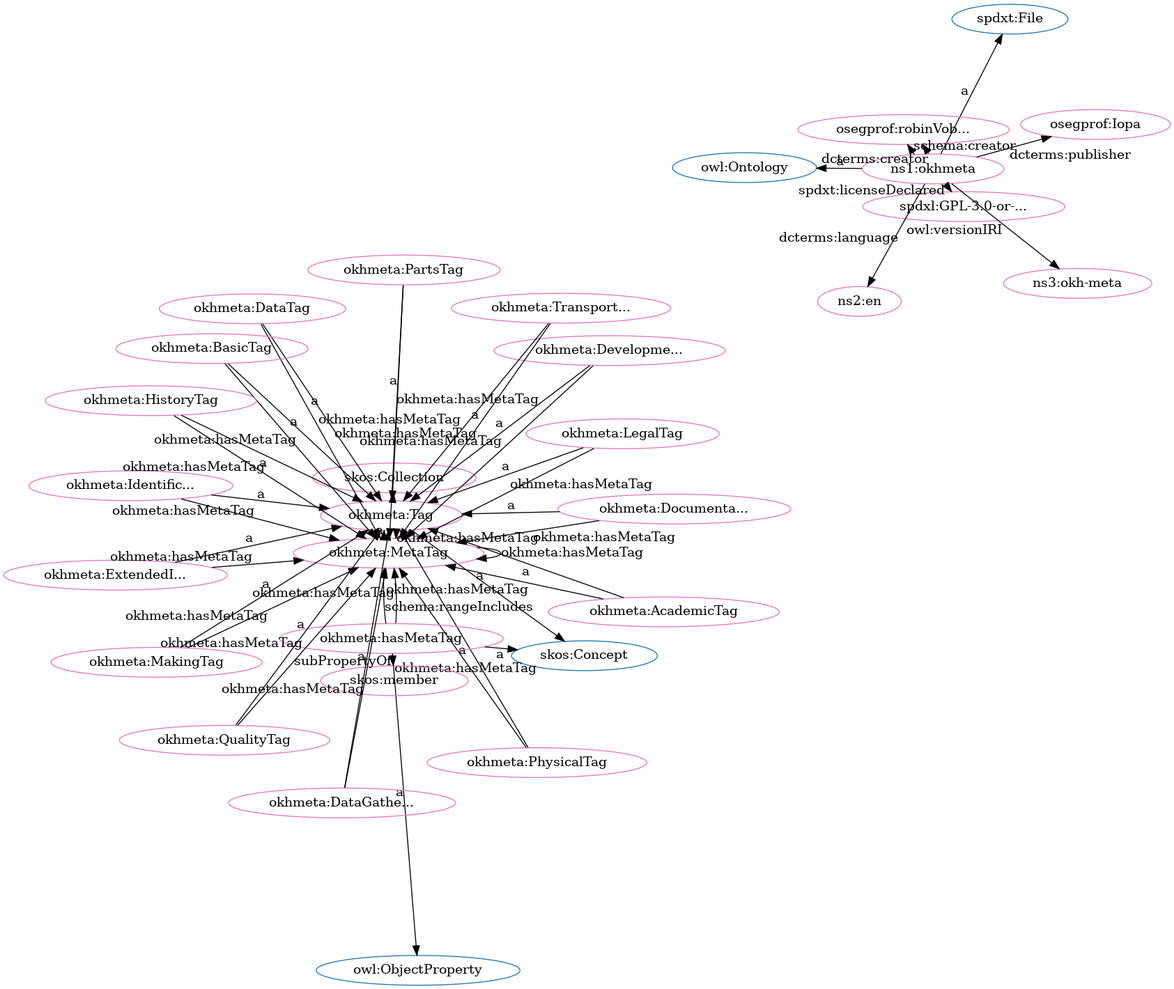
Before: src/spec/fdp_okh-meta.png, a diagram exported from Graphviz (iop-alliance/OpenKnowHow). Its source is kept beside it as src/spec/fdp_okh-meta.dot.
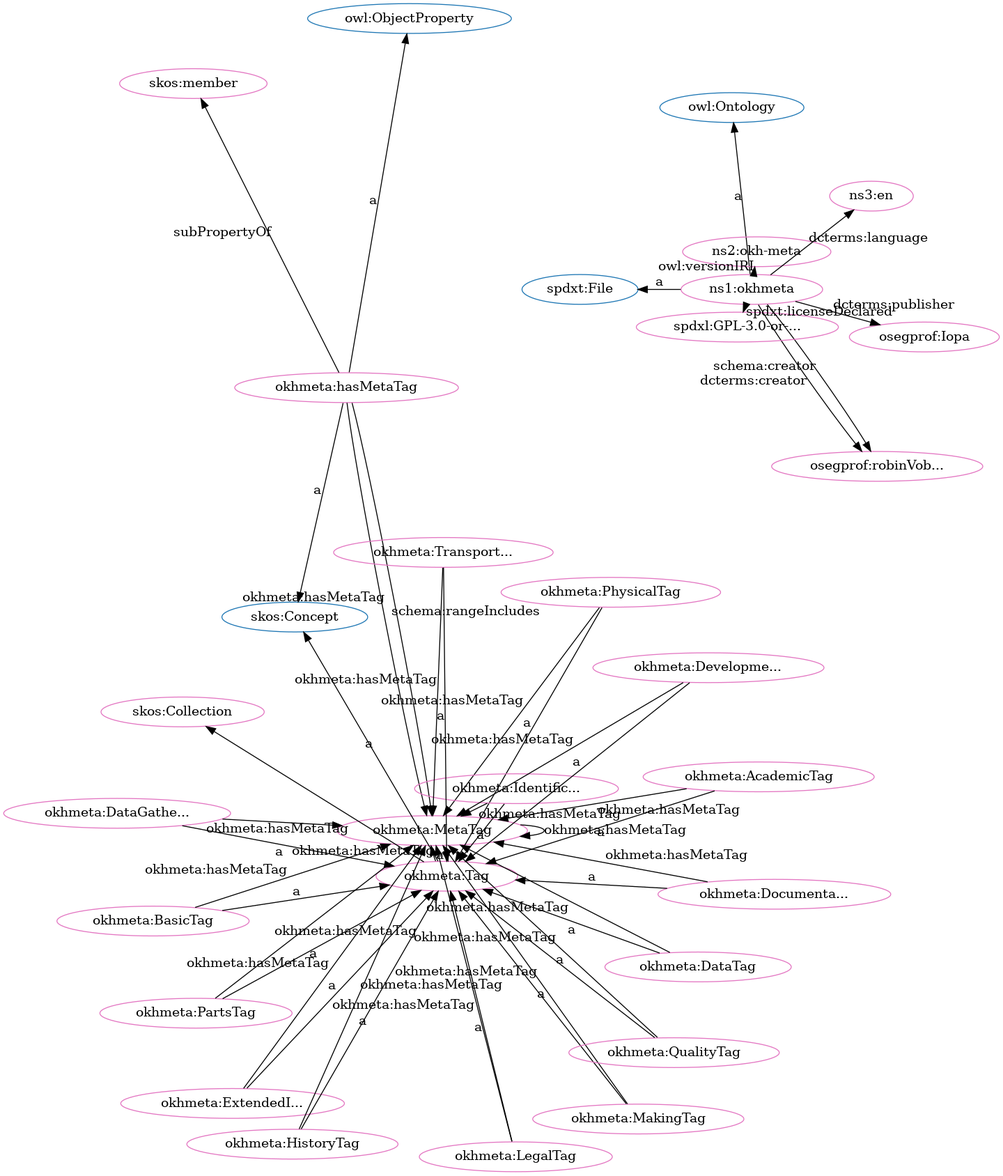
The same file after the commit.

What changed in the source:
```diff
@@ -1,85 +1,85 @@
 digraph G {
   rankdir=BT
   node[height=.3]
+"http://spdx.org/rdf/terms#File" [fillcolor="#1f77b4" color="#1f77b4" label="spdxt:File"]
+"http://www.w3.org/2002/07/owl#Ontology" [fillcolor="#1f77b4" color="#1f77b4" label="owl:Ontology"]
+"https://w3id.org/oseg/ont/okhmeta#MetaTag" [fillcolor="#1f77b4" color="#1f77b4" label="okhmeta:MetaTag"]
 "http://www.w3.org/2004/02/skos/core#Concept" [fillcolor="#1f77b4" color="#1f77b4" label="skos:Concept"]
 "http://www.w3.org/2002/07/owl#ObjectProperty" [fillcolor="#1f77b4" color="#1f77b4" label="owl:ObjectProperty"]
-"http://www.w3.org/2002/07/owl#Ontology" [fillcolor="#1f77b4" color="#1f77b4" label="owl:Ontology"]
-"http://spdx.org/rdf/terms#File" [fillcolor="#1f77b4" color="#1f77b4" label="spdxt:File"]
+"http://www.w3.org/2004/02/skos/core#Collection" [fillcolor="#1f77b4" color="#1f77b4" label="skos:Collection"]
 "https://w3id.org/oseg/ont/okhmeta#Tag" [fillcolor="#1f77b4" color="#1f77b4" label="okhmeta:Tag"]
-"https://w3id.org/oseg/ont/okhmeta#MetaTag" [fillcolor="#1f77b4" color="#1f77b4" label="okhmeta:MetaTag"]
-"http://www.w3.org/2004/02/skos/core#Collection" [fillcolor="#1f77b4" color="#1f77b4" label="skos:Collection"]
+"https://w3id.org/oseg/ont/okhmeta#MetaTag" [fillcolor="#e377c2" color="#e377c2" label="okhmeta:MetaTag"]
+"https://w3id.org/oseg/ont/okhmeta#hasMetaTag" [fillcolor="#e377c2" color="#e377c2" label="okhmeta:hasMetaTag"]
+"https://w3id.org/oseg/ont/okhmeta#ExtendedInfoTag" [fillcolor="#e377c2" color="#e377c2" label="okhmeta:ExtendedI..."]
+"https://w3id.org/oseg/ont/okhmeta" [fillcolor="#e377c2" color="#e377c2" label="ns1:okhmeta"]
+"https://w3id.org/oseg/ont/okhmeta#PhysicalTag" [fillcolor="#e377c2" color="#e377c2" label="okhmeta:PhysicalTag"]
+"https://w3id.org/oseg/ont/1.1.0/okh-meta" [fillcolor="#e377c2" color="#e377c2" label="ns2:okh-meta"]
+"https://w3id.org/oseg/ont/oseg-profiles#robinVobruba" [fillcolor="#e377c2" color="#e377c2" label="osegprof:robinVob..."]
+"http://id.loc.gov/vocabulary/iso639-1/en" [fillcolor="#e377c2" color="#e377c2" label="ns3:en"]
+"https://w3id.org/oseg/ont/okhmeta#DocumentationTag" [fillcolor="#e377c2" color="#e377c2" label="okhmeta:Documenta..."]
+"https://w3id.org/oseg/ont/okhmeta#DataTag" [fillcolor="#e377c2" color="#e377c2" label="okhmeta:DataTag"]
+"https://w3id.org/oseg/ont/okhmeta#LegalTag" [fillcolor="#e377c2" color="#e377c2" label="okhmeta:LegalTag"]
+"https://w3id.org/oseg/ont/okhmeta#HistoryTag" [fillcolor="#e377c2" color="#e377c2" label="okhmeta:HistoryTag"]
+"https://w3id.org/oseg/ont/okhmeta#MakingTag" [fillcolor="#e377c2" color="#e377c2" label="okhmeta:MakingTag"]
+"https://w3id.org/oseg/ont/okhmeta#IdentificationTag" [fillcolor="#e377c2" color="#e377c2" label="okhmeta:Identific..."]
+"https://spdx.org/licenses/GPL-3.0-or-later" [fillcolor="#e377c2" color="#e377c2" label="spdxl:GPL-3.0-or-..."]
+"https://w3id.org/oseg/ont/okhmeta#TransportationTag" [fillcolor="#e377c2" color="#e377c2" label="okhmeta:Transport..."]
+"https://w3id.org/oseg/ont/okhmeta#DevelopmentTag" [fillcolor="#e377c2" color="#e377c2" label="okhmeta:Developme..."]
+"https://w3id.org/oseg/ont/okhmeta#QualityTag" [fillcolor="#e377c2" color="#e377c2" label="okhmeta:QualityTag"]
 "https://w3id.org/oseg/ont/okhmeta#PartsTag" [fillcolor="#e377c2" color="#e377c2" label="okhmeta:PartsTag"]
+"https://w3id.org/oseg/ont/okhmeta#Tag" [fillcolor="#e377c2" color="#e377c2" label="okhmeta:Tag"]
+"http://www.w3.org/2004/02/skos/core#member" [fillcolor="#e377c2" color="#e377c2" label="skos:member"]
+"http://www.w3.org/2004/02/skos/core#Collection" [fillcolor="#e377c2" color="#e377c2" label="skos:Collection"]
 "https://w3id.org/oseg/ont/okhmeta#AcademicTag" [fillcolor="#e377c2" color="#e377c2" label="okhmeta:AcademicTag"]
-"https://w3id.org/oseg/ont/okhmeta#MetaTag" [fillcolor="#e377c2" color="#e377c2" label="okhmeta:MetaTag"]
-"https://w3id.org/oseg/ont/okhmeta#DevelopmentTag" [fillcolor="#e377c2" color="#e377c2" label="okhmeta:Developme..."]
-"https://w3id.org/oseg/ont/okhmeta#PhysicalTag" [fillcolor="#e377c2" color="#e377c2" label="okhmeta:PhysicalTag"]
-"https://spdx.org/licenses/GPL-3.0-or-later" [fillcolor="#e377c2" color="#e377c2" label="spdxl:GPL-3.0-or-..."]
 "https://w3id.org/oseg/ont/oseg-profiles#Iopa" [fillcolor="#e377c2" color="#e377c2" label="osegprof:Iopa"]
-"https://w3id.org/oseg/ont/okhmeta#hasMetaTag" [fillcolor="#e377c2" color="#e377c2" label="okhmeta:hasMetaTag"]
-"https://w3id.org/oseg/ont/okhmeta" [fillcolor="#e377c2" color="#e377c2" label="ns1:okhmeta"]
-"https://w3id.org/oseg/ont/okhmeta#Tag" [fillcolor="#e377c2" color="#e377c2" label="okhmeta:Tag"]
-"https://w3id.org/oseg/ont/okhmeta#MakingTag" [fillcolor="#e377c2" color="#e377c2" label="okhmeta:MakingTag"]
-"https://w3id.org/oseg/ont/okhmeta#DataTag" [fillcolor="#e377c2" color="#e377c2" label="okhmeta:DataTag"]
+"https://w3id.org/oseg/ont/okhmeta#BasicTag" [fillcolor="#e377c2" color="#e377c2" label="okhmeta:BasicTag"]
 "https://w3id.org/oseg/ont/okhmeta#DataGatheringTag" [fillcolor="#e377c2" color="#e377c2" label="okhmeta:DataGathe..."]
-"https://w3id.org/oseg/ont/oseg-profiles#robinVobruba" [fillcolor="#e377c2" color="#e377c2" label="osegprof:robinVob..."]
-"https://w3id.org/oseg/ont/okhmeta#ExtendedInfoTag" [fillcolor="#e377c2" color="#e377c2" label="okhmeta:ExtendedI..."]
-"https://w3id.org/oseg/ont/okhmeta#IdentificationTag" [fillcolor="#e377c2" color="#e377c2" label="okhmeta:Identific..."]
-"https://w3id.org/oseg/ont/okhmeta#DocumentationTag" [fillcolor="#e377c2" color="#e377c2" label="okhmeta:Documenta..."]
-"http://www.w3.org/2004/02/skos/core#member" [fillcolor="#e377c2" color="#e377c2" label="skos:member"]
-"https://w3id.org/oseg/ont/okhmeta#BasicTag" [fillcolor="#e377c2" color="#e377c2" label="okhmeta:BasicTag"]
-"https://w3id.org/oseg/ont/okhmeta#QualityTag" [fillcolor="#e377c2" color="#e377c2" label="okhmeta:QualityTag"]
-"https://w3id.org/oseg/ont/okhmeta#TransportationTag" [fillcolor="#e377c2" color="#e377c2" label="okhmeta:Transport..."]
-"https://w3id.org/oseg/ont/okhmeta#HistoryTag" [fillcolor="#e377c2" color="#e377c2" label="okhmeta:HistoryTag"]
-"https://w3id.org/oseg/ont/okhmeta#LegalTag" [fillcolor="#e377c2" color="#e377c2" label="okhmeta:LegalTag"]
-"http://id.loc.gov/vocabulary/iso639-1/en" [fillcolor="#e377c2" color="#e377c2" label="ns2:en"]
-"http://www.w3.org/2004/02/skos/core#Collection" [fillcolor="#e377c2" color="#e377c2" label="skos:Collection"]
-"https://w3id.org/oseg/ont/1.1.0/okh-meta" [fillcolor="#e377c2" color="#e377c2" label="ns3:okh-meta"]
+  "https://w3id.org/oseg/ont/okhmeta#hasMetaTag" -> "http://www.w3.org/2004/02/skos/core#Concept" [label="a"]
+  "https://w3id.org/oseg/ont/okhmeta" -> "http://spdx.org/rdf/terms#File" [label="a"]
+  "https://w3id.org/oseg/ont/okhmeta#ExtendedInfoTag" -> "https://w3id.org/oseg/ont/okhmeta#MetaTag" [label="okhmeta:hasMetaTag"]
+  "https://w3id.org/oseg/ont/okhmeta#HistoryTag" -> "https://w3id.org/oseg/ont/okhmeta#MetaTag" [label="okhmeta:hasMetaTag"]
+  "https://w3id.org/oseg/ont/okhmeta" -> "http://id.loc.gov/vocabulary/iso639-1/en" [label="dcterms:language"]
+  "https://w3id.org/oseg/ont/okhmeta#DocumentationTag" -> "https://w3id.org/oseg/ont/okhmeta#Tag" [label="a"]
+  "https://w3id.org/oseg/ont/okhmeta#DataTag" -> "https://w3id.org/oseg/ont/okhmeta#Tag" [label="a"]
+  "https://w3id.org/oseg/ont/okhmeta#AcademicTag" -> "https://w3id.org/oseg/ont/okhmeta#MetaTag" [label="okhmeta:hasMetaTag"]
+  "https://w3id.org/oseg/ont/okhmeta#BasicTag" -> "https://w3id.org/oseg/ont/okhmeta#MetaTag" [label="okhmeta:hasMetaTag"]
+  "https://w3id.org/oseg/ont/okhmeta" -> "http://www.w3.org/2002/07/owl#Ontology" [label="a"]
+  "https://w3id.org/oseg/ont/okhmeta" -> "https://w3id.org/oseg/ont/oseg-profiles#robinVobruba" [label="schema:creator"]
+  "https://w3id.org/oseg/ont/okhmeta#HistoryTag" -> "https://w3id.org/oseg/ont/okhmeta#Tag" [label="a"]
+  "https://w3id.org/oseg/ont/okhmeta#MakingTag" -> "https://w3id.org/oseg/ont/okhmeta#Tag" [label="a"]
+  "https://w3id.org/oseg/ont/okhmeta#DevelopmentTag" -> "https://w3id.org/oseg/ont/okhmeta#Tag" [label="a"]
+  "https://w3id.org/oseg/ont/okhmeta#MakingTag" -> "https://w3id.org/oseg/ont/okhmeta#MetaTag" [label="okhmeta:hasMetaTag"]
+  "https://w3id.org/oseg/ont/okhmeta#PartsTag" -> "https://w3id.org/oseg/ont/okhmeta#Tag" [label="a"]
+  "https://w3id.org/oseg/ont/okhmeta#hasMetaTag" -> "https://w3id.org/oseg/ont/okhmeta#MetaTag" [label="schema:rangeIncludes"]
+  "https://w3id.org/oseg/ont/okhmeta#hasMetaTag" -> "http://www.w3.org/2004/02/skos/core#member" [label="subPropertyOf"]
+  "https://w3id.org/oseg/ont/okhmeta#Tag" -> "http://www.w3.org/2004/02/skos/core#Collection" [label=""]
+  "https://w3id.org/oseg/ont/okhmeta#DevelopmentTag" -> "https://w3id.org/oseg/ont/okhmeta#MetaTag" [label="okhmeta:hasMetaTag"]
+  "https://w3id.org/oseg/ont/okhmeta#PartsTag" -> "https://w3id.org/oseg/ont/okhmeta#MetaTag" [label="okhmeta:hasMetaTag"]
+  "https://w3id.org/oseg/ont/okhmeta" -> "https://w3id.org/oseg/ont/oseg-profiles#Iopa" [label="dcterms:publisher"]
+  "https://w3id.org/oseg/ont/okhmeta#BasicTag" -> "https://w3id.org/oseg/ont/okhmeta#Tag" [label="a"]
+  "https://w3id.org/oseg/ont/okhmeta#DataGatheringTag" -> "https://w3id.org/oseg/ont/okhmeta#Tag" [label="a"]
+  "https://w3id.org/oseg/ont/okhmeta#LegalTag" -> "https://w3id.org/oseg/ont/okhmeta#MetaTag" [label="okhmeta:hasMetaTag"]
+  "https://w3id.org/oseg/ont/okhmeta#DataGatheringTag" -> "https://w3id.org/oseg/ont/okhmeta#MetaTag" [label="okhmeta:hasMetaTag"]
+  "https://w3id.org/oseg/ont/okhmeta#ExtendedInfoTag" -> "https://w3id.org/oseg/ont/okhmeta#Tag" [label="a"]
+  "https://w3id.org/oseg/ont/okhmeta#hasMetaTag" -> "https://w3id.org/oseg/ont/okhmeta#MetaTag" [label="okhmeta:hasMetaTag"]
+  "https://w3id.org/oseg/ont/okhmeta#PhysicalTag" -> "https://w3id.org/oseg/ont/okhmeta#Tag" [label="a"]
+  "https://w3id.org/oseg/ont/okhmeta" -> "https://w3id.org/oseg/ont/1.1.0/okh-meta" [label="owl:versionIRI"]
+  "https://w3id.org/oseg/ont/okhmeta" -> "https://w3id.org/oseg/ont/oseg-profiles#robinVobruba" [label="dcterms:creator"]
+  "https://w3id.org/oseg/ont/okhmeta#PhysicalTag" -> "https://w3id.org/oseg/ont/okhmeta#MetaTag" [label="okhmeta:hasMetaTag"]
+  "https://w3id.org/oseg/ont/okhmeta#QualityTag" -> "https://w3id.org/oseg/ont/okhmeta#MetaTag" [label="okhmeta:hasMetaTag"]
+  "https://w3id.org/oseg/ont/okhmeta#MetaTag" -> "https://w3id.org/oseg/ont/okhmeta#Tag" [label="a"]
+  "https://w3id.org/oseg/ont/okhmeta#LegalTag" -> "https://w3id.org/oseg/ont/okhmeta#Tag" [label="a"]
+  "https://w3id.org/oseg/ont/okhmeta#Tag" -> "https://w3id.org/oseg/ont/okhmeta#MetaTag" [label="okhmeta:hasMetaTag"]
+  "https://w3id.org/oseg/ont/okhmeta#IdentificationTag" -> "https://w3id.org/oseg/ont/okhmeta#MetaTag" [label="okhmeta:hasMetaTag"]
+  "https://w3id.org/oseg/ont/okhmeta#IdentificationTag" -> "https://w3id.org/oseg/ont/okhmeta#Tag" [label="a"]
+  "https://w3id.org/oseg/ont/okhmeta" -> "https://spdx.org/licenses/GPL-3.0-or-later" [label="spdxt:licenseDeclared"]
+  "https://w3id.org/oseg/ont/okhmeta#DocumentationTag" -> "https://w3id.org/oseg/ont/okhmeta#MetaTag" [label="okhmeta:hasMetaTag"]
+  "https://w3id.org/oseg/ont/okhmeta#TransportationTag" -> "https://w3id.org/oseg/ont/okhmeta#Tag" [label="a"]
+  "https://w3id.org/oseg/ont/okhmeta#QualityTag" -> "https://w3id.org/oseg/ont/okhmeta#Tag" [label="a"]
+  "https://w3id.org/oseg/ont/okhmeta#Tag" -> "http://www.w3.org/2004/02/skos/core#Concept" [label="a"]
+  "https://w3id.org/oseg/ont/okhmeta#TransportationTag" -> "https://w3id.org/oseg/ont/okhmeta#MetaTag" [label="okhmeta:hasMetaTag"]
+  "https://w3id.org/oseg/ont/okhmeta#DataTag" -> "https://w3id.org/oseg/ont/okhmeta#MetaTag" [label="okhmeta:hasMetaTag"]
   "https://w3id.org/oseg/ont/okhmeta#AcademicTag" -> "https://w3id.org/oseg/ont/okhmeta#Tag" [label="a"]
-  "https://w3id.org/oseg/ont/okhmeta#LegalTag" -> "https://w3id.org/oseg/ont/okhmeta#MetaTag" [label="okhmeta:hasMetaTag"]
-  "https://w3id.org/oseg/ont/okhmeta#DevelopmentTag" -> "https://w3id.org/oseg/ont/okhmeta#Tag" [label="a"]
-  "https://w3id.org/oseg/ont/okhmeta#MetaTag" -> "https://w3id.org/oseg/ont/okhmeta#Tag" [label="a"]
-  "https://w3id.org/oseg/ont/okhmeta#PhysicalTag" -> "https://w3id.org/oseg/ont/okhmeta#Tag" [label="a"]
+  "https://w3id.org/oseg/ont/okhmeta#MetaTag" -> "https://w3id.org/oseg/ont/okhmeta#MetaTag" [label="okhmeta:hasMetaTag"]
   "https://w3id.org/oseg/ont/okhmeta#hasMetaTag" -> "http://www.w3.org/2002/07/owl#ObjectProperty" [label="a"]
-  "https://w3id.org/oseg/ont/okhmeta#hasMetaTag" -> "http://www.w3.org/2004/02/skos/core#Concept" [label="a"]
-  "https://w3id.org/oseg/ont/okhmeta#MetaTag" -> "https://w3id.org/oseg/ont/okhmeta#MetaTag" [label="okhmeta:hasMetaTag"]
-  "https://w3id.org/oseg/ont/okhmeta" -> "http://spdx.org/rdf/terms#File" [label="a"]
-  "https://w3id.org/oseg/ont/okhmeta#DocumentationTag" -> "https://w3id.org/oseg/ont/okhmeta#MetaTag" [label="okhmeta:hasMetaTag"]
-  "https://w3id.org/oseg/ont/okhmeta#BasicTag" -> "https://w3id.org/oseg/ont/okhmeta#MetaTag" [label="okhmeta:hasMetaTag"]
-  "https://w3id.org/oseg/ont/okhmeta#TransportationTag" -> "https://w3id.org/oseg/ont/okhmeta#MetaTag" [label="okhmeta:hasMetaTag"]
-  "https://w3id.org/oseg/ont/okhmeta#MakingTag" -> "https://w3id.org/oseg/ont/okhmeta#Tag" [label="a"]
-  "https://w3id.org/oseg/ont/okhmeta" -> "https://w3id.org/oseg/ont/oseg-profiles#robinVobruba" [label="schema:creator"]
-  "https://w3id.org/oseg/ont/okhmeta#ExtendedInfoTag" -> "https://w3id.org/oseg/ont/okhmeta#Tag" [label="a"]
-  "https://w3id.org/oseg/ont/okhmeta#DataTag" -> "https://w3id.org/oseg/ont/okhmeta#MetaTag" [label="okhmeta:hasMetaTag"]
-  "https://w3id.org/oseg/ont/okhmeta#DataGatheringTag" -> "https://w3id.org/oseg/ont/okhmeta#MetaTag" [label="okhmeta:hasMetaTag"]
-  "https://w3id.org/oseg/ont/okhmeta#Tag" -> "https://w3id.org/oseg/ont/okhmeta#MetaTag" [label="okhmeta:hasMetaTag"]
-  "https://w3id.org/oseg/ont/okhmeta#PartsTag" -> "https://w3id.org/oseg/ont/okhmeta#MetaTag" [label="okhmeta:hasMetaTag"]
-  "https://w3id.org/oseg/ont/okhmeta#DocumentationTag" -> "https://w3id.org/oseg/ont/okhmeta#Tag" [label="a"]
-  "https://w3id.org/oseg/ont/okhmeta#BasicTag" -> "https://w3id.org/oseg/ont/okhmeta#Tag" [label="a"]
-  "https://w3id.org/oseg/ont/okhmeta#QualityTag" -> "https://w3id.org/oseg/ont/okhmeta#Tag" [label="a"]
-  "https://w3id.org/oseg/ont/okhmeta#TransportationTag" -> "https://w3id.org/oseg/ont/okhmeta#Tag" [label="a"]
-  "https://w3id.org/oseg/ont/okhmeta#hasMetaTag" -> "https://w3id.org/oseg/ont/okhmeta#MetaTag" [label="schema:rangeIncludes"]
-  "https://w3id.org/oseg/ont/okhmeta#IdentificationTag" -> "https://w3id.org/oseg/ont/okhmeta#MetaTag" [label="okhmeta:hasMetaTag"]
-  "https://w3id.org/oseg/ont/okhmeta" -> "http://id.loc.gov/vocabulary/iso639-1/en" [label="dcterms:language"]
-  "https://w3id.org/oseg/ont/okhmeta#HistoryTag" -> "https://w3id.org/oseg/ont/okhmeta#MetaTag" [label="okhmeta:hasMetaTag"]
-  "https://w3id.org/oseg/ont/okhmeta" -> "https://w3id.org/oseg/ont/1.1.0/okh-meta" [label="owl:versionIRI"]
-  "https://w3id.org/oseg/ont/okhmeta#QualityTag" -> "https://w3id.org/oseg/ont/okhmeta#MetaTag" [label="okhmeta:hasMetaTag"]
-  "https://w3id.org/oseg/ont/okhmeta#PartsTag" -> "https://w3id.org/oseg/ont/okhmeta#Tag" [label="a"]
-  "https://w3id.org/oseg/ont/okhmeta" -> "https://spdx.org/licenses/GPL-3.0-or-later" [label="spdxt:licenseDeclared"]
-  "https://w3id.org/oseg/ont/okhmeta#AcademicTag" -> "https://w3id.org/oseg/ont/okhmeta#MetaTag" [label="okhmeta:hasMetaTag"]
-  "https://w3id.org/oseg/ont/okhmeta" -> "https://w3id.org/oseg/ont/oseg-profiles#Iopa" [label="dcterms:publisher"]
-  "https://w3id.org/oseg/ont/okhmeta#Tag" -> "http://www.w3.org/2004/02/skos/core#Concept" [label="a"]
-  "https://w3id.org/oseg/ont/okhmeta#hasMetaTag" -> "https://w3id.org/oseg/ont/okhmeta#MetaTag" [label="okhmeta:hasMetaTag"]
-  "https://w3id.org/oseg/ont/okhmeta#DataTag" -> "https://w3id.org/oseg/ont/okhmeta#Tag" [label="a"]
-  "https://w3id.org/oseg/ont/okhmeta#DataGatheringTag" -> "https://w3id.org/oseg/ont/okhmeta#Tag" [label="a"]
-  "https://w3id.org/oseg/ont/okhmeta#MakingTag" -> "https://w3id.org/oseg/ont/okhmeta#MetaTag" [label="okhmeta:hasMetaTag"]
-  "https://w3id.org/oseg/ont/okhmeta#ExtendedInfoTag" -> "https://w3id.org/oseg/ont/okhmeta#MetaTag" [label="okhmeta:hasMetaTag"]
-  "https://w3id.org/oseg/ont/okhmeta" -> "http://www.w3.org/2002/07/owl#Ontology" [label="a"]
-  "https://w3id.org/oseg/ont/okhmeta#IdentificationTag" -> "https://w3id.org/oseg/ont/okhmeta#Tag" [label="a"]
-  "https://w3id.org/oseg/ont/okhmeta#hasMetaTag" -> "http://www.w3.org/2004/02/skos/core#member" [label="subPropertyOf"]
-  "https://w3id.org/oseg/ont/okhmeta#DevelopmentTag" -> "https://w3id.org/oseg/ont/okhmeta#MetaTag" [label="okhmeta:hasMetaTag"]
-  "https://w3id.org/oseg/ont/okhmeta#HistoryTag" -> "https://w3id.org/oseg/ont/okhmeta#Tag" [label="a"]
-  "https://w3id.org/oseg/ont/okhmeta#PhysicalTag" -> "https://w3id.org/oseg/ont/okhmeta#MetaTag" [label="okhmeta:hasMetaTag"]
-  "https://w3id.org/oseg/ont/okhmeta" -> "https://w3id.org/oseg/ont/oseg-profiles#robinVobruba" [label="dcterms:creator"]
-  "https://w3id.org/oseg/ont/okhmeta#LegalTag" -> "https://w3id.org/oseg/ont/okhmeta#Tag" [label="a"]
-  "https://w3id.org/oseg/ont/okhmeta#Tag" -> "http://www.w3.org/2004/02/skos/core#Collection" [label=""]
 }
```
